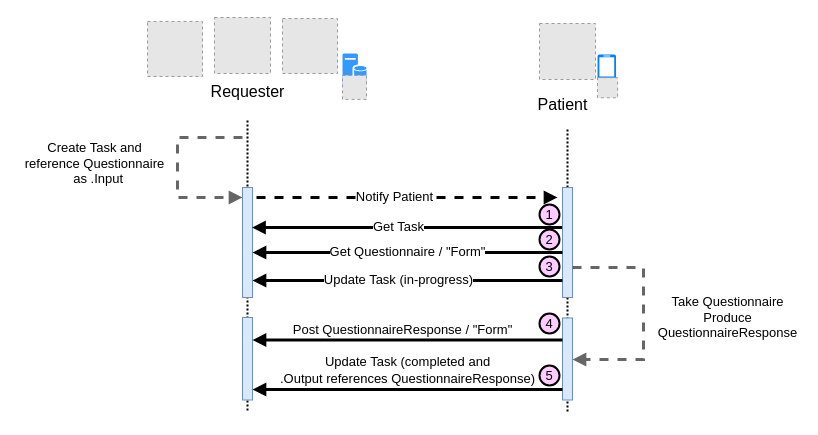
HL7/fhir-sdoh-clinicalcare keeps this draw.io diagram as Images Source/PatientQuestionnaire.drawio. Above is the earlier version. Source tidied: cells renumbered, new cells numbered last; positions are measured from the earlier drawing's top-left corner, leaving out a move shared by most shapes. Both pictures are drawn from the tidied source at 100%, with x=0, y=0 at pixel (19, 17). Pictures stored in the file or linked from it are replaced by grey dashed boxes.
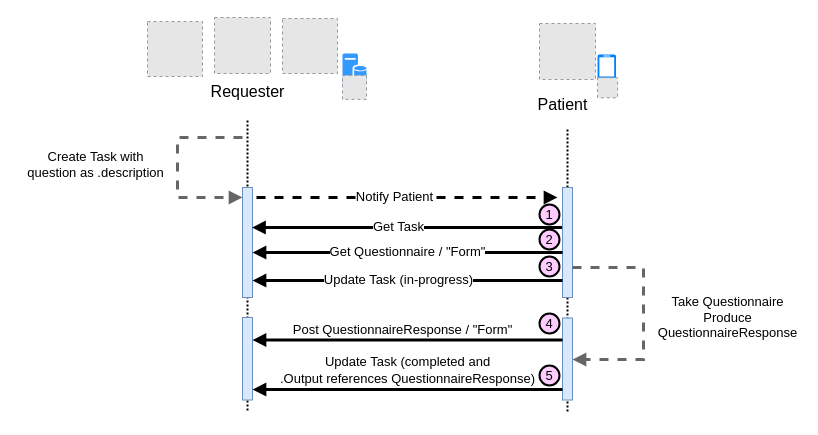
The same diagram, later.

Diff of the diagram source:
```diff
@@
-    <mxCell id="18" value="&lt;span style=&quot;font-size: 13px; text-align: left; background-color: rgb(255, 255, 255);&quot;&gt;Create Task and &lt;br style=&quot;font-size: 13px;&quot;&gt;reference&amp;nbsp;&lt;/span&gt;&lt;span style=&quot;font-size: 13px; text-align: left; background-color: rgb(255, 255, 255);&quot;&gt;Questionnaire&lt;br style=&quot;font-size: 13px;&quot;&gt;&amp;nbsp; as .Input&lt;/span&gt;" style="text;html=1;align=center;verticalAlign=middle;strokeColor=none;fillColor=none;fontSize=13;" parent="1" vertex="1">
-      <mxGeometry y="120" width="150" height="52" as="geometry" />
+    <mxCell id="18" value="&lt;span style=&quot;font-size: 13px; text-align: left; background-color: rgb(255, 255, 255);&quot;&gt;Create Task with&lt;br style=&quot;font-size: 13px;&quot;&gt;&lt;/span&gt;&lt;span style=&quot;font-size: 13px; text-align: left; background-color: rgb(255, 255, 255);&quot;&gt;question as .description&lt;br&gt;&lt;/span&gt;" style="text;html=1;align=center;verticalAlign=middle;strokeColor=none;fillColor=none;fontSize=13;" parent="1" vertex="1">
+      <mxGeometry x="-2" y="125" width="155" height="43" as="geometry" />
     </mxCell>
```
